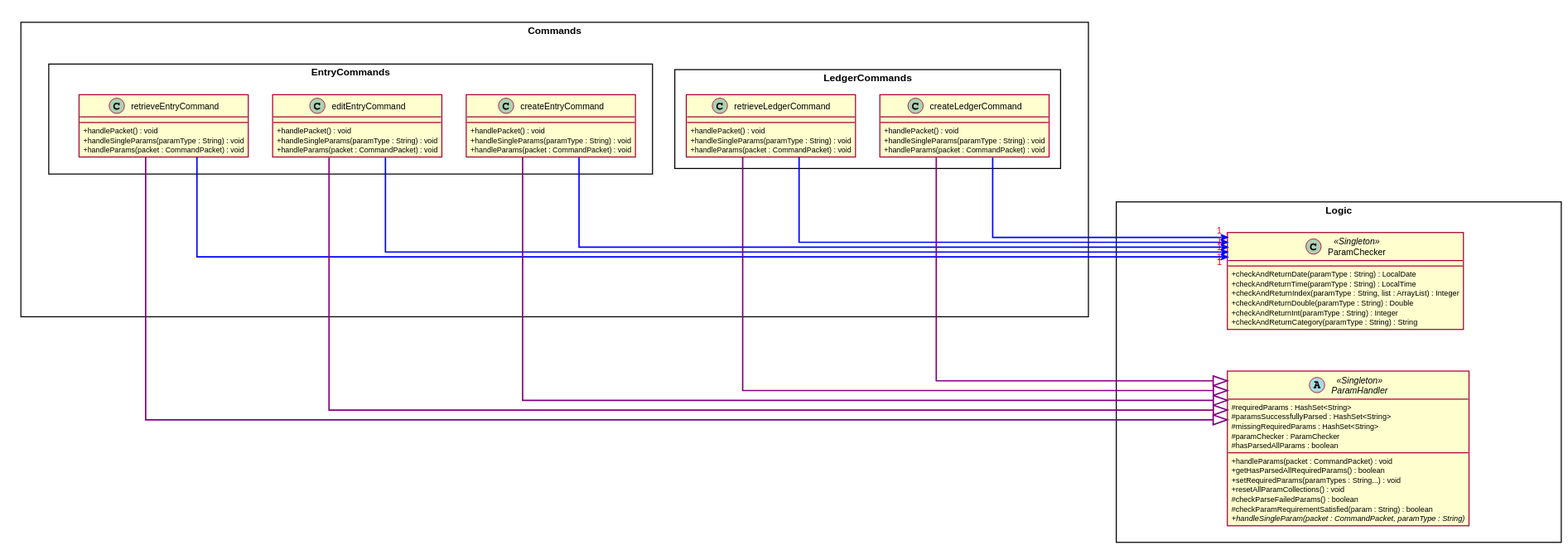
Before: docs/uml_images/manualTracker/images/Commands_Logic.svg, a diagram exported from PlantUML (nus-cs2113-AY2021S1/tp). The source it was exported from:
```plantuml
@startuml
skinparam classAttributeIconSize 0
skinparam BoxPadding 20
skinparam shadowing false
skinparam linetype ortho
skinparam package<<Layout>> {
  borderColor Transparent
  backgroundColor Transparent
  fontColor Transparent
  stereotypeFontColor Transparent
}

rectangle Logic {
    abstract class ParamHandler <<Singleton>> {
        # requiredParams : HashSet<String>
        # paramsSuccessfullyParsed : HashSet<String>
        # missingRequiredParams : HashSet<String>
        # paramChecker : ParamChecker
        # hasParsedAllParams : boolean
        + handleParams(packet : CommandPacket) : void
        + getHasParsedAllRequiredParams() : boolean
        + setRequiredParams(paramTypes : String...) : void
        + resetAllParamCollections() : void
        # checkParseFailedParams() : boolean
        # checkParamRequirementSatisfied(param : String) : boolean
        + {abstract} handleSingleParam(packet : CommandPacket, paramType : String)
    }

    package p1 <<Layout>> {
    }

    package p2 <<Layout>> {
    }

    package p3 <<Layout>> {
    }


    class ParamChecker <<Singleton>>{
        + checkAndReturnDate(paramType : String) : LocalDate
        + checkAndReturnTime(paramType : String) : LocalTime
        + checkAndReturnIndex(paramType : String, list : ArrayList) : Integer
        + checkAndReturnDouble(paramType : String) : Double
        + checkAndReturnInt(paramType : String) : Integer
        + checkAndReturnCategory(paramType : String) : String
    }

    ParamChecker -[hidden] p1

    p3 -[hidden] ParamHandler
}

rectangle Commands {
    rectangle LedgerCommands {
        class createLedgerCommand {
            + handlePacket() : void
            + handleSingleParams(paramType : String) : void
            + handleParams(packet : CommandPacket) : void
        }
        class retrieveLedgerCommand {
            + handlePacket() : void
            + handleSingleParams(paramType : String) : void
            + handleParams(packet : CommandPacket) : void
        }
    }

    package p4 <<Layout>> {
    }

    rectangle EntryCommands {
        class createEntryCommand {
            + handlePacket() : void
            + handleSingleParams(paramType : String) : void
            + handleParams(packet : CommandPacket) : void
        }
        class editEntryCommand {
            + handlePacket() : void
            + handleSingleParams(paramType : String) : void
            + handleParams(packet : CommandPacket) : void
        }
        class retrieveEntryCommand {
            + handlePacket() : void
            + handleSingleParams(paramType : String) : void
            + handleParams(packet : CommandPacket) : void
        }
    }

    EntryCommands -[hidden]- p4
    ParamChecker -[hidden]- ParamHandler
}

ParamChecker "1" <-[norank]- createLedgerCommand #line:blue;line.bold;text:red
ParamChecker "1" <-[norank]- retrieveLedgerCommand #line:blue;line.bold;text:red
ParamChecker "1" <-[norank]- createEntryCommand #line:blue;line.bold;text:red
ParamChecker "1" <-[norank]- editEntryCommand #line:blue;line.bold;text:red
ParamChecker "1" <-[norank]- retrieveEntryCommand #line:blue;line.bold;text:red
ParamHandler <|-[norank]- createLedgerCommand #line:purple;line.bold;text:red
ParamHandler <|-[norank]- retrieveLedgerCommand #line:purple;line.bold;text:red
ParamHandler <|-[norank]- createEntryCommand #line:purple;line.bold;text:red
ParamHandler <|-[norank]- retrieveEntryCommand #line:purple;line.bold;text:red
ParamHandler <|-[norank]- editEntryCommand #line:purple;line.bold;text:red

Commands -[hidden]down- Logic

@enduml
```
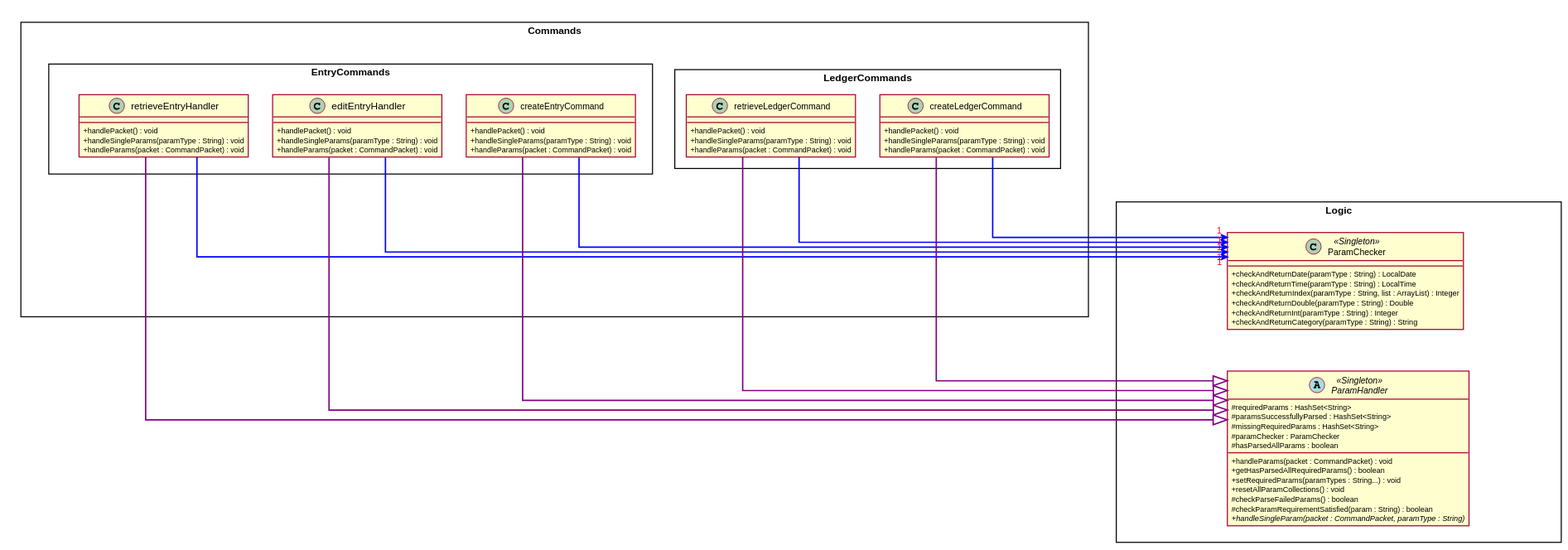
Later version of the same file.

Change to the diagram source:
```diff
@@ -73,12 +73,12 @@
             + handleSingleParams(paramType : String) : void
             + handleParams(packet : CommandPacket) : void
         }
-        class editEntryCommand {
+        class editEntryHandler {
             + handlePacket() : void
             + handleSingleParams(paramType : String) : void
             + handleParams(packet : CommandPacket) : void
         }
-        class retrieveEntryCommand {
+        class retrieveEntryHandler {
             + handlePacket() : void
             + handleSingleParams(paramType : String) : void
             + handleParams(packet : CommandPacket) : void
@@ -92,13 +92,13 @@
 ParamChecker "1" <-[norank]- createLedgerCommand #line:blue;line.bold;text:red
 ParamChecker "1" <-[norank]- retrieveLedgerCommand #line:blue;line.bold;text:red
 ParamChecker "1" <-[norank]- createEntryCommand #line:blue;line.bold;text:red
-ParamChecker "1" <-[norank]- editEntryCommand #line:blue;line.bold;text:red
-ParamChecker "1" <-[norank]- retrieveEntryCommand #line:blue;line.bold;text:red
+ParamChecker "1" <-[norank]- editEntryHandler #line:blue;line.bold;text:red
+ParamChecker "1" <-[norank]- retrieveEntryHandler #line:blue;line.bold;text:red
 ParamHandler <|-[norank]- createLedgerCommand #line:purple;line.bold;text:red
 ParamHandler <|-[norank]- retrieveLedgerCommand #line:purple;line.bold;text:red
 ParamHandler <|-[norank]- createEntryCommand #line:purple;line.bold;text:red
-ParamHandler <|-[norank]- retrieveEntryCommand #line:purple;line.bold;text:red
-ParamHandler <|-[norank]- editEntryCommand #line:purple;line.bold;text:red
+ParamHandler <|-[norank]- retrieveEntryHandler #line:purple;line.bold;text:red
+ParamHandler <|-[norank]- editEntryHandler #line:purple;line.bold;text:red
 
 Commands -[hidden]down- Logic
 
```
